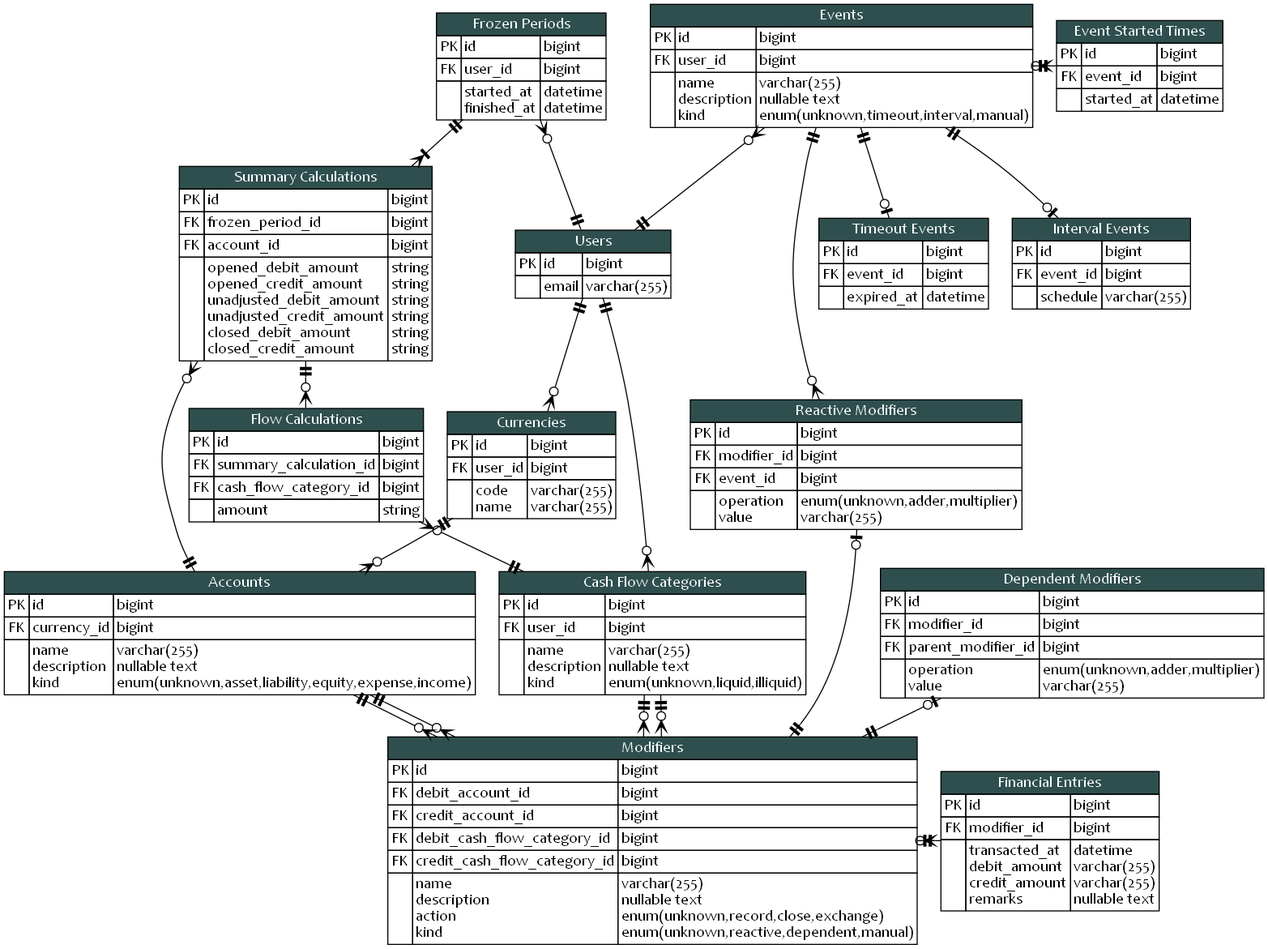
Above: blueprint/erd.png in KennethTrecy/peratorakka_server (Graphviz), before the change. Its source is kept beside it as blueprint/erd.dot.
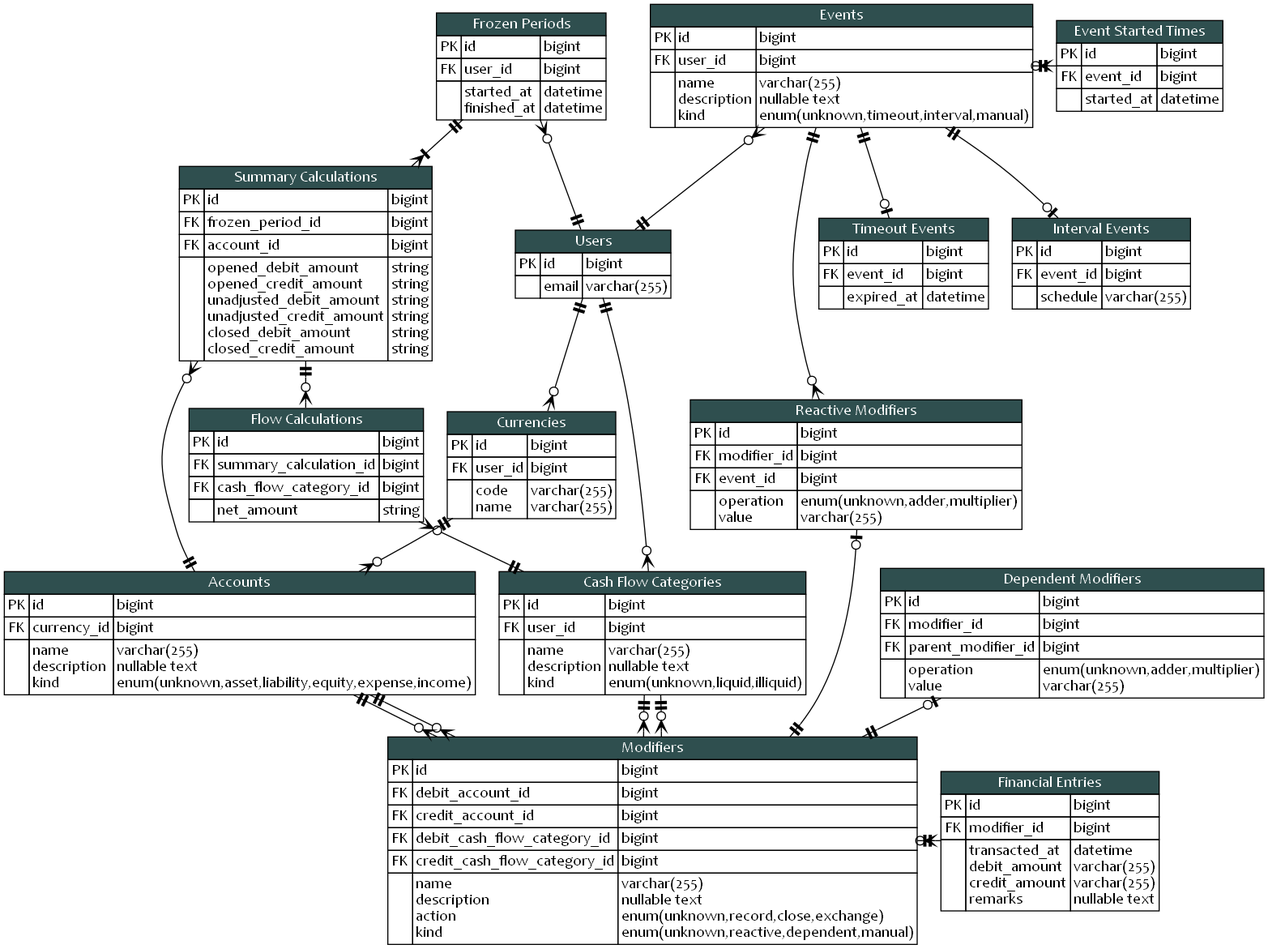
The same file after the commit.

Commit message:
docs(blueprint): clarify the amount to record for flow calculations

Change to the diagram source:
```diff
@@ -549,7 +549,7 @@
 				<tr>
 					<td></td>
 					<td align="left">
-						amount<br align="left"/>
+						net_amount<br align="left"/>
 					</td>
 					<td align="left">
 						string<br align="left"/>
```
